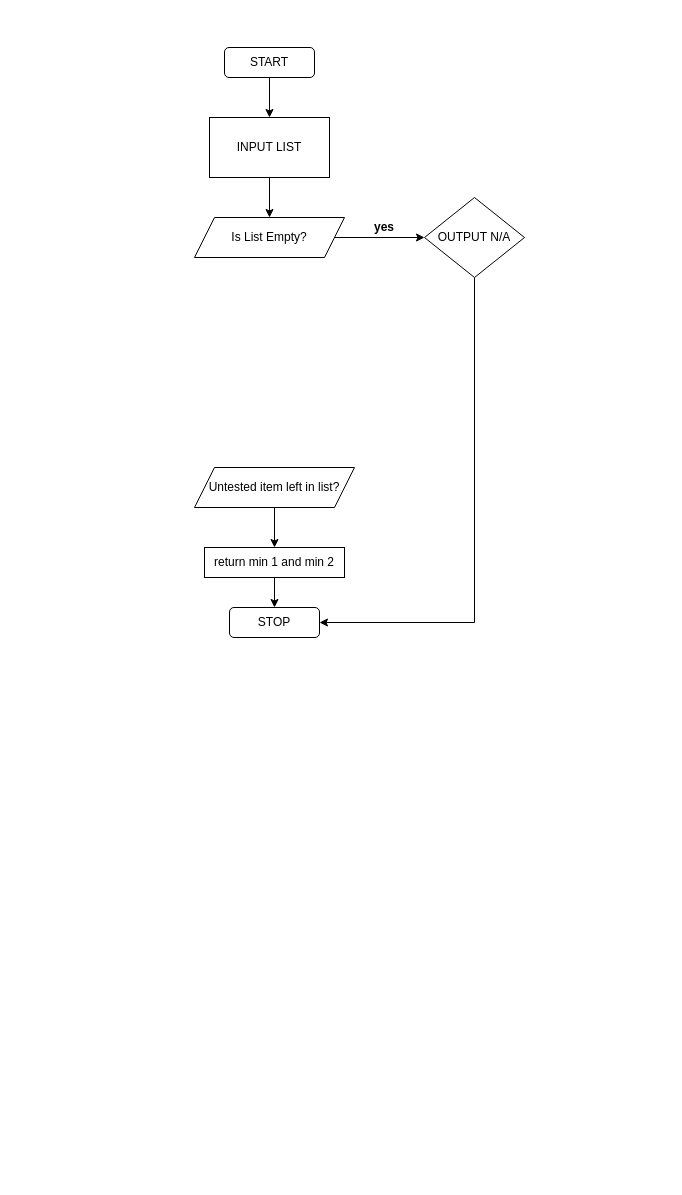
ouroboros-t/computational-thinking keeps this draw.io diagram as week2/Untitled Diagram.drawio. Above is the earlier version. Source tidied: cells renumbered, new cells numbered last; positions are measured from the earlier drawing's top-left corner, leaving out a move shared by most shapes. Both pictures are drawn from the tidied source at 100%, with x=0, y=0 at pixel (194, 47).
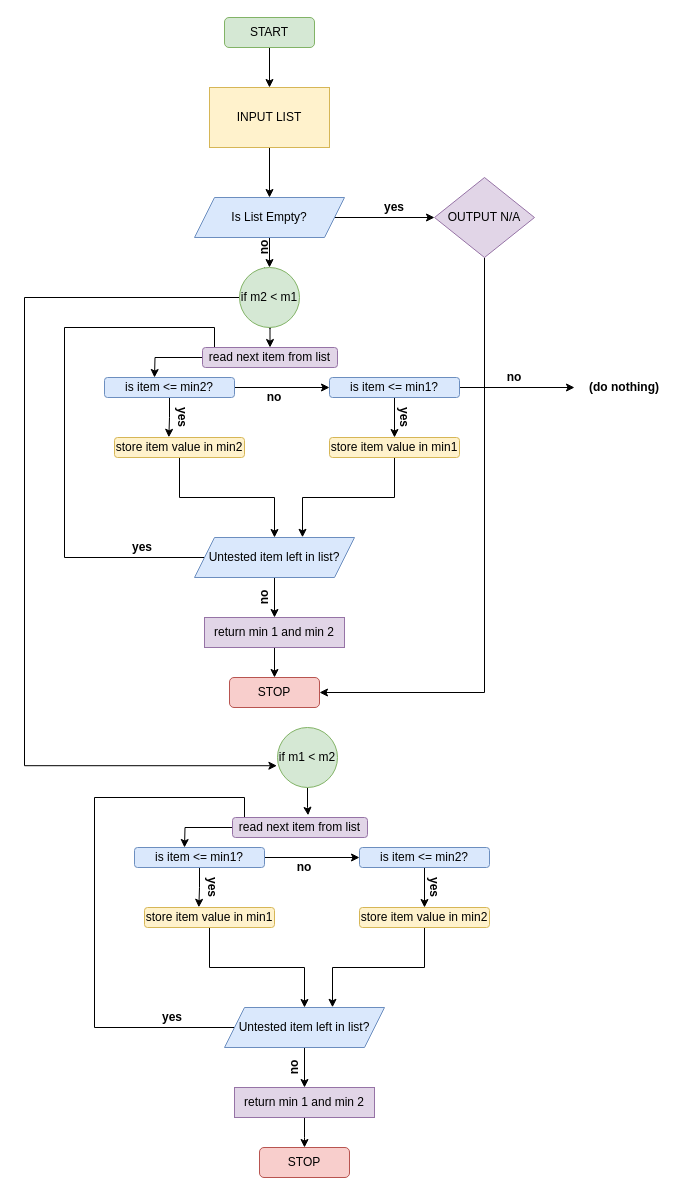
After the change.

What changed in the source:
```diff
@@
-    <mxCell id="3" value="INPUT LIST" style="rounded=0;whiteSpace=wrap;html=1;" parent="1" vertex="1">
-      <mxGeometry x="15" y="70" width="120" height="60" as="geometry" />
+    <mxCell id="3" value="INPUT LIST" style="rounded=0;whiteSpace=wrap;html=1;fillColor=#fff2cc;strokeColor=#d6b656;" parent="1" vertex="1">
+      <mxGeometry x="15" y="40" width="120" height="60" as="geometry" />
     </mxCell>
@@
-    <mxCell id="5" value="START" style="rounded=1;whiteSpace=wrap;html=1;" parent="1" vertex="1">
-      <mxGeometry x="30" width="90" height="30" as="geometry" />
+    <mxCell id="5" value="START" style="rounded=1;whiteSpace=wrap;html=1;fillColor=#d5e8d4;strokeColor=#82b366;" parent="1" vertex="1">
+      <mxGeometry x="30" y="-30" width="90" height="30" as="geometry" />
     </mxCell>
@@
+    <mxCell id="16" style="edgeStyle=orthogonalEdgeStyle;rounded=0;jettySize=auto;html=1;entryX=0.5;entryY=0;entryDx=0;entryDy=0;" parent="1" edge="1" target="30">
+      <mxGeometry relative="1" as="geometry">
+        <mxPoint x="75" y="260" as="sourcePoint" />
+      </mxGeometry>
+    </mxCell>
+    <mxCell id="17" style="edgeStyle=orthogonalEdgeStyle;rounded=0;jettySize=auto;html=1;entryX=0.5;entryY=0;entryDx=0;entryDy=0;" parent="1" edge="1" source="7" target="41">
+      <mxGeometry relative="1" as="geometry" />
+    </mxCell>
-    <mxCell id="7" value="Is List Empty?" style="shape=parallelogram;perimeter=parallelogramPerimeter;whiteSpace=wrap;html=1;fixedSize=1;" parent="1" vertex="1">
-      <mxGeometry y="170" width="150" height="40" as="geometry" />
+    <mxCell id="7" value="Is List Empty?" style="shape=parallelogram;perimeter=parallelogramPerimeter;whiteSpace=wrap;html=1;fixedSize=1;fillColor=#dae8fc;strokeColor=#6c8ebf;" parent="1" vertex="1">
+      <mxGeometry y="150" width="150" height="40" as="geometry" />
     </mxCell>
-    <mxCell id="8" style="edgeStyle=orthogonalEdgeStyle;rounded=0;jettySize=auto;html=1;entryX=1;entryY=0.5;entryDx=0;entryDy=0;" parent="1" edge="1" source="9" target="13">
+    <mxCell id="8" style="edgeStyle=orthogonalEdgeStyle;rounded=0;jettySize=auto;html=1;entryX=1;entryY=0.5;entryDx=0;entryDy=0;exitX=0.5;exitY=1;exitDx=0;exitDy=0;" parent="1" edge="1" source="9" target="13">
       <mxGeometry relative="1" as="geometry">
         <Array as="points">
-          <mxPoint x="280" y="575" />
+          <mxPoint x="290" y="645" />
         </Array>
       </mxGeometry>
     </mxCell>
-    <mxCell id="9" value="OUTPUT N/A" style="rhombus;whiteSpace=wrap;html=1;" parent="1" vertex="1">
-      <mxGeometry x="230" y="150" width="100" height="80" as="geometry" />
+    <mxCell id="9" value="OUTPUT N/A" style="rhombus;whiteSpace=wrap;html=1;fillColor=#e1d5e7;strokeColor=#9673a6;" parent="1" vertex="1">
+      <mxGeometry x="240" y="130" width="100" height="80" as="geometry" />
     </mxCell>
     <mxCell id="10" value="&lt;b&gt;yes&lt;br&gt;&lt;/b&gt;" style="text;html=1;strokeColor=none;fillColor=none;align=center;verticalAlign=middle;whiteSpace=wrap;rounded=0;" parent="1" vertex="1">
-      <mxGeometry x="170" y="170" width="40" height="20" as="geometry" />
+      <mxGeometry x="180" y="150" width="40" height="20" as="geometry" />
     </mxCell>
@@
+    <mxCell id="18" style="edgeStyle=orthogonalEdgeStyle;rounded=0;jettySize=auto;html=1;entryX=0;entryY=0.25;entryDx=0;entryDy=0;" parent="1" edge="1" source="12" target="30">
+      <mxGeometry relative="1" as="geometry">
+        <Array as="points">
+          <mxPoint x="-130" y="510" />
+          <mxPoint x="-130" y="280" />
+          <mxPoint x="20" y="280" />
+          <mxPoint x="20" y="305" />
+        </Array>
+      </mxGeometry>
+    </mxCell>
-    <mxCell id="12" value="Untested item left in list?" style="shape=parallelogram;perimeter=parallelogramPerimeter;whiteSpace=wrap;html=1;fixedSize=1;" parent="1" vertex="1">
-      <mxGeometry y="420" width="160" height="40" as="geometry" />
+    <mxCell id="12" value="Untested item left in list?" style="shape=parallelogram;perimeter=parallelogramPerimeter;whiteSpace=wrap;html=1;fixedSize=1;fillColor=#dae8fc;strokeColor=#6c8ebf;" parent="1" vertex="1">
+      <mxGeometry y="490" width="160" height="40" as="geometry" />
     </mxCell>
-    <mxCell id="13" value="STOP" style="rounded=1;whiteSpace=wrap;html=1;" parent="1" vertex="1">
-      <mxGeometry x="35" y="560" width="90" height="30" as="geometry" />
+    <mxCell id="13" value="STOP" style="rounded=1;whiteSpace=wrap;html=1;fillColor=#f8cecc;strokeColor=#b85450;" parent="1" vertex="1">
+      <mxGeometry x="35" y="630" width="90" height="30" as="geometry" />
     </mxCell>
@@
-    <mxCell id="15" value="return min 1 and min 2" style="rounded=0;whiteSpace=wrap;html=1;" parent="1" vertex="1">
-      <mxGeometry x="10" y="500" width="140" height="30" as="geometry" />
+    <mxCell id="15" value="return min 1 and min 2" style="rounded=0;whiteSpace=wrap;html=1;fillColor=#e1d5e7;strokeColor=#9673a6;" parent="1" vertex="1">
+      <mxGeometry x="10" y="570" width="140" height="30" as="geometry" />
     </mxCell>
+    <mxCell id="19" style="edgeStyle=orthogonalEdgeStyle;rounded=0;jettySize=auto;html=1;entryX=0;entryY=0.5;entryDx=0;entryDy=0;" parent="1" edge="1" source="21" target="28">
+      <mxGeometry relative="1" as="geometry" />
+    </mxCell>
+    <mxCell id="20" style="edgeStyle=orthogonalEdgeStyle;rounded=0;jettySize=auto;html=1;entryX=0.418;entryY=-0.01;entryDx=0;entryDy=0;entryPerimeter=0;" parent="1" edge="1" source="21" target="23">
+      <mxGeometry relative="1" as="geometry" />
+    </mxCell>
+    <mxCell id="21" value="is item &amp;lt;= min2?" style="rounded=1;whiteSpace=wrap;html=1;fillColor=#dae8fc;strokeColor=#6c8ebf;" parent="1" vertex="1">
+      <mxGeometry x="-90" y="330" width="130" height="20" as="geometry" />
+    </mxCell>
+    <mxCell id="22" style="edgeStyle=orthogonalEdgeStyle;rounded=0;jettySize=auto;html=1;entryX=0.5;entryY=0;entryDx=0;entryDy=0;" parent="1" edge="1" source="23" target="12">
+      <mxGeometry relative="1" as="geometry" />
+    </mxCell>
+    <mxCell id="23" value="store item value in min2" style="rounded=1;whiteSpace=wrap;html=1;fillColor=#fff2cc;strokeColor=#d6b656;" parent="1" vertex="1">
+      <mxGeometry x="-80" y="390" width="130" height="20" as="geometry" />
+    </mxCell>
+    <mxCell id="24" style="edgeStyle=orthogonalEdgeStyle;rounded=0;jettySize=auto;html=1;entryX=0.675;entryY=-0.005;entryDx=0;entryDy=0;entryPerimeter=0;" parent="1" edge="1" source="25" target="12">
+      <mxGeometry relative="1" as="geometry" />
+    </mxCell>
+    <mxCell id="25" value="store item value in min1" style="rounded=1;whiteSpace=wrap;html=1;fillColor=#fff2cc;strokeColor=#d6b656;" parent="1" vertex="1">
+      <mxGeometry x="135" y="390" width="130" height="20" as="geometry" />
+    </mxCell>
+    <mxCell id="26" style="edgeStyle=orthogonalEdgeStyle;rounded=0;jettySize=auto;html=1;entryX=0.5;entryY=0;entryDx=0;entryDy=0;" parent="1" edge="1" source="28" target="25">
+      <mxGeometry relative="1" as="geometry" />
+    </mxCell>
+    <mxCell id="27" style="edgeStyle=orthogonalEdgeStyle;rounded=0;jettySize=auto;html=1;" parent="1" edge="1" source="28">
+      <mxGeometry relative="1" as="geometry">
+        <mxPoint x="380" y="340" as="targetPoint" />
+      </mxGeometry>
+    </mxCell>
+    <mxCell id="28" value="is item &amp;lt;= min1?" style="rounded=1;whiteSpace=wrap;html=1;fillColor=#dae8fc;strokeColor=#6c8ebf;" parent="1" vertex="1">
+      <mxGeometry x="135" y="330" width="130" height="20" as="geometry" />
+    </mxCell>
+    <mxCell id="29" style="edgeStyle=orthogonalEdgeStyle;rounded=0;jettySize=auto;html=1;" parent="1" edge="1" source="30">
+      <mxGeometry relative="1" as="geometry">
+        <mxPoint x="-40" y="330" as="targetPoint" />
+      </mxGeometry>
+    </mxCell>
+    <mxCell id="30" value="read next item from list" style="rounded=1;whiteSpace=wrap;html=1;fillColor=#e1d5e7;strokeColor=#9673a6;" parent="1" vertex="1">
+      <mxGeometry x="8" y="300" width="135" height="20" as="geometry" />
+    </mxCell>
+    <mxCell id="31" style="edgeStyle=orthogonalEdgeStyle;rounded=0;jettySize=auto;html=1;" parent="1" edge="1" source="32" target="41">
+      <mxGeometry relative="1" as="geometry" />
+    </mxCell>
+    <mxCell id="32" value="&lt;b&gt;no&lt;br&gt;&lt;/b&gt;" style="text;html=1;strokeColor=none;fillColor=none;align=center;verticalAlign=middle;whiteSpace=wrap;rounded=0;rotation=270;" parent="1" vertex="1">
+      <mxGeometry x="50" y="190" width="40" height="20" as="geometry" />
+    </mxCell>
+    <mxCell id="33" value="&lt;b&gt;no&lt;/b&gt;" style="text;html=1;strokeColor=none;fillColor=none;align=center;verticalAlign=middle;whiteSpace=wrap;rounded=0;" parent="1" vertex="1">
+      <mxGeometry x="60" y="340" width="40" height="20" as="geometry" />
+    </mxCell>
+    <mxCell id="34" value="&lt;b&gt;yes&lt;/b&gt;" style="text;html=1;strokeColor=none;fillColor=none;align=center;verticalAlign=middle;whiteSpace=wrap;rounded=0;rotation=90;" parent="1" vertex="1">
+      <mxGeometry x="-32" y="360" width="40" height="20" as="geometry" />
+    </mxCell>
+    <mxCell id="35" value="&lt;b&gt;yes&lt;/b&gt;" style="text;html=1;strokeColor=none;fillColor=none;align=center;verticalAlign=middle;whiteSpace=wrap;rounded=0;rotation=90;" parent="1" vertex="1">
+      <mxGeometry x="190" y="360" width="40" height="20" as="geometry" />
+    </mxCell>
+    <mxCell id="36" value="&lt;b&gt;yes&lt;br&gt;&lt;/b&gt;" style="text;html=1;strokeColor=none;fillColor=none;align=center;verticalAlign=middle;whiteSpace=wrap;rounded=0;" parent="1" vertex="1">
+      <mxGeometry x="-72" y="490" width="40" height="20" as="geometry" />
+    </mxCell>
+    <mxCell id="37" value="&lt;b&gt;no&lt;br&gt;&lt;/b&gt;" style="text;html=1;strokeColor=none;fillColor=none;align=center;verticalAlign=middle;whiteSpace=wrap;rounded=0;rotation=270;" parent="1" vertex="1">
+      <mxGeometry x="50" y="540" width="40" height="20" as="geometry" />
+    </mxCell>
+    <mxCell id="38" value="&lt;b&gt;(do nothing)&lt;/b&gt;" style="text;html=1;strokeColor=none;fillColor=none;align=center;verticalAlign=middle;whiteSpace=wrap;rounded=0;" parent="1" vertex="1">
+      <mxGeometry x="390" y="330" width="80" height="20" as="geometry" />
+    </mxCell>
+    <mxCell id="39" value="&lt;b&gt;no&lt;/b&gt;" style="text;html=1;strokeColor=none;fillColor=none;align=center;verticalAlign=middle;whiteSpace=wrap;rounded=0;" parent="1" vertex="1">
+      <mxGeometry x="300" y="320" width="40" height="20" as="geometry" />
+    </mxCell>
+    <mxCell id="40" style="edgeStyle=orthogonalEdgeStyle;rounded=0;jettySize=auto;html=1;entryX=-0.01;entryY=0.637;entryDx=0;entryDy=0;entryPerimeter=0;" parent="1" edge="1" source="41" target="65">
+      <mxGeometry relative="1" as="geometry">
+        <Array as="points">
+          <mxPoint x="-170" y="250" />
+          <mxPoint x="-170" y="718" />
+        </Array>
+      </mxGeometry>
+    </mxCell>
+    <mxCell id="41" value="if m2 &amp;lt; m1" style="ellipse;whiteSpace=wrap;html=1;fillColor=#d5e8d4;strokeColor=#82b366;" parent="1" vertex="1">
+      <mxGeometry x="45" y="220" width="60" height="60" as="geometry" />
+    </mxCell>
+    <mxCell id="42" style="edgeStyle=orthogonalEdgeStyle;rounded=0;jettySize=auto;html=1;entryX=0.5;entryY=0;entryDx=0;entryDy=0;" parent="1" edge="1" source="44" target="46">
+      <mxGeometry relative="1" as="geometry" />
+    </mxCell>
+    <mxCell id="43" style="edgeStyle=orthogonalEdgeStyle;rounded=0;jettySize=auto;html=1;entryX=0;entryY=0.25;entryDx=0;entryDy=0;" parent="1" edge="1" source="44" target="57">
+      <mxGeometry relative="1" as="geometry">
+        <Array as="points">
+          <mxPoint x="-100" y="980" />
+          <mxPoint x="-100" y="750" />
+          <mxPoint x="50" y="750" />
+          <mxPoint x="50" y="775" />
+        </Array>
+      </mxGeometry>
+    </mxCell>
+    <mxCell id="44" value="Untested item left in list?" style="shape=parallelogram;perimeter=parallelogramPerimeter;whiteSpace=wrap;html=1;fixedSize=1;fillColor=#dae8fc;strokeColor=#6c8ebf;" parent="1" vertex="1">
+      <mxGeometry x="30" y="960" width="160" height="40" as="geometry" />
+    </mxCell>
+    <mxCell id="45" style="edgeStyle=orthogonalEdgeStyle;rounded=0;jettySize=auto;html=1;" parent="1" edge="1" source="46">
+      <mxGeometry relative="1" as="geometry">
+        <mxPoint x="110" y="1100" as="targetPoint" />
+      </mxGeometry>
+    </mxCell>
+    <mxCell id="46" value="return min 1 and min 2" style="rounded=0;whiteSpace=wrap;html=1;fillColor=#e1d5e7;strokeColor=#9673a6;" parent="1" vertex="1">
+      <mxGeometry x="40" y="1040" width="140" height="30" as="geometry" />
+    </mxCell>
+    <mxCell id="47" style="edgeStyle=orthogonalEdgeStyle;rounded=0;jettySize=auto;html=1;entryX=0;entryY=0.5;entryDx=0;entryDy=0;" parent="1" edge="1" source="49" target="55">
+      <mxGeometry relative="1" as="geometry" />
+    </mxCell>
+    <mxCell id="48" style="edgeStyle=orthogonalEdgeStyle;rounded=0;jettySize=auto;html=1;entryX=0.418;entryY=-0.01;entryDx=0;entryDy=0;entryPerimeter=0;" parent="1" edge="1" source="49" target="51">
+      <mxGeometry relative="1" as="geometry" />
+    </mxCell>
+    <mxCell id="49" value="is item &amp;lt;= min1?" style="rounded=1;whiteSpace=wrap;html=1;fillColor=#dae8fc;strokeColor=#6c8ebf;" parent="1" vertex="1">
+      <mxGeometry x="-60" y="800" width="130" height="20" as="geometry" />
+    </mxCell>
+    <mxCell id="50" style="edgeStyle=orthogonalEdgeStyle;rounded=0;jettySize=auto;html=1;entryX=0.5;entryY=0;entryDx=0;entryDy=0;" parent="1" edge="1" source="51" target="44">
+      <mxGeometry relative="1" as="geometry" />
+    </mxCell>
+    <mxCell id="51" value="store item value in min1" style="rounded=1;whiteSpace=wrap;html=1;fillColor=#fff2cc;strokeColor=#d6b656;" parent="1" vertex="1">
+      <mxGeometry x="-50" y="860" width="130" height="20" as="geometry" />
+    </mxCell>
+    <mxCell id="52" style="edgeStyle=orthogonalEdgeStyle;rounded=0;jettySize=auto;html=1;entryX=0.675;entryY=-0.005;entryDx=0;entryDy=0;entryPerimeter=0;" parent="1" edge="1" source="53" target="44">
+      <mxGeometry relative="1" as="geometry" />
+    </mxCell>
+    <mxCell id="53" value="store item value in min2" style="rounded=1;whiteSpace=wrap;html=1;fillColor=#fff2cc;strokeColor=#d6b656;" parent="1" vertex="1">
+      <mxGeometry x="165" y="860" width="130" height="20" as="geometry" />
+    </mxCell>
+    <mxCell id="54" style="edgeStyle=orthogonalEdgeStyle;rounded=0;jettySize=auto;html=1;entryX=0.5;entryY=0;entryDx=0;entryDy=0;" parent="1" edge="1" source="55" target="53">
+      <mxGeometry relative="1" as="geometry" />
+    </mxCell>
+    <mxCell id="55" value="is item &amp;lt;= min2?" style="rounded=1;whiteSpace=wrap;html=1;fillColor=#dae8fc;strokeColor=#6c8ebf;" parent="1" vertex="1">
+      <mxGeometry x="165" y="800" width="130" height="20" as="geometry" />
+    </mxCell>
+    <mxCell id="56" style="edgeStyle=orthogonalEdgeStyle;rounded=0;jettySize=auto;html=1;" parent="1" edge="1" source="57">
+      <mxGeometry relative="1" as="geometry">
+        <mxPoint x="-10" y="800" as="targetPoint" />
+      </mxGeometry>
+    </mxCell>
+    <mxCell id="57" value="read next item from list" style="rounded=1;whiteSpace=wrap;html=1;fillColor=#e1d5e7;strokeColor=#9673a6;" parent="1" vertex="1">
+      <mxGeometry x="38" y="770" width="135" height="20" as="geometry" />
+    </mxCell>
+    <mxCell id="58" value="&lt;b&gt;no&lt;/b&gt;" style="text;html=1;strokeColor=none;fillColor=none;align=center;verticalAlign=middle;whiteSpace=wrap;rounded=0;" parent="1" vertex="1">
+      <mxGeometry x="90" y="810" width="40" height="20" as="geometry" />
+    </mxCell>
+    <mxCell id="59" value="&lt;b&gt;yes&lt;/b&gt;" style="text;html=1;strokeColor=none;fillColor=none;align=center;verticalAlign=middle;whiteSpace=wrap;rounded=0;rotation=90;" parent="1" vertex="1">
+      <mxGeometry x="-2" y="830" width="40" height="20" as="geometry" />
+    </mxCell>
+    <mxCell id="60" value="&lt;b&gt;yes&lt;/b&gt;" style="text;html=1;strokeColor=none;fillColor=none;align=center;verticalAlign=middle;whiteSpace=wrap;rounded=0;rotation=90;" parent="1" vertex="1">
+      <mxGeometry x="220" y="830" width="40" height="20" as="geometry" />
+    </mxCell>
+    <mxCell id="61" value="&lt;b&gt;yes&lt;br&gt;&lt;/b&gt;" style="text;html=1;strokeColor=none;fillColor=none;align=center;verticalAlign=middle;whiteSpace=wrap;rounded=0;" parent="1" vertex="1">
+      <mxGeometry x="-42" y="960" width="40" height="20" as="geometry" />
+    </mxCell>
+    <mxCell id="62" value="&lt;b&gt;no&lt;br&gt;&lt;/b&gt;" style="text;html=1;strokeColor=none;fillColor=none;align=center;verticalAlign=middle;whiteSpace=wrap;rounded=0;rotation=270;" parent="1" vertex="1">
+      <mxGeometry x="80" y="1010" width="40" height="20" as="geometry" />
+    </mxCell>
+    <mxCell id="63" value="STOP" style="rounded=1;whiteSpace=wrap;html=1;fillColor=#f8cecc;strokeColor=#b85450;" parent="1" vertex="1">
+      <mxGeometry x="65" y="1100" width="90" height="30" as="geometry" />
+    </mxCell>
+    <mxCell id="64" style="edgeStyle=orthogonalEdgeStyle;rounded=0;jettySize=auto;html=1;entryX=0.56;entryY=-0.11;entryDx=0;entryDy=0;entryPerimeter=0;" parent="1" edge="1" source="65" target="57">
+      <mxGeometry relative="1" as="geometry" />
+    </mxCell>
+    <mxCell id="65" value="if m1 &amp;lt; m2" style="ellipse;whiteSpace=wrap;html=1;fillColor=#d5e8d4;strokeColor=#82b366;" parent="1" vertex="1">
+      <mxGeometry x="83" y="680" width="60" height="60" as="geometry" />
+    </mxCell>
```
